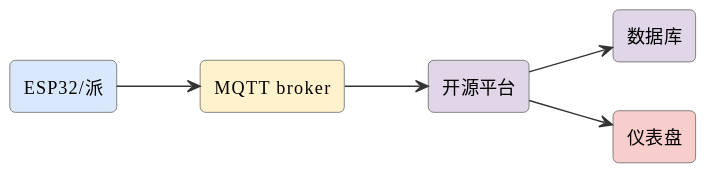
Before: assets/diagrams/ideas-fig115.svg, a diagram exported from PlantUML (mingyi0818/IntelligentMcuCourse).
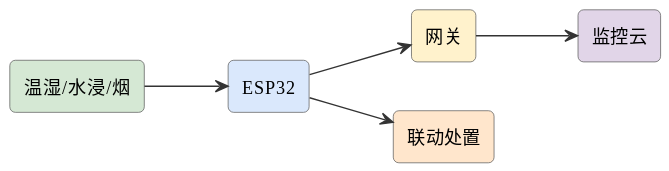
The same file after the commit.

Change to the diagram source:
```diff
@@ -6,13 +6,13 @@
 skinparam arrowFontSize 11
 skinparam arrowColor #333
 left to right direction
-rectangle "ESP32/派" as node #dae8fc
-rectangle "MQTT broker" as mqtt #fff2cc
-rectangle "开源平台" as plat #e1d5e8
-rectangle "数据库" as db #e1d5e8
-rectangle "仪表盘" as web #f8cecc
-node --> mqtt
-mqtt --> plat
-plat --> db
-plat --> web
+rectangle "温湿/水浸/烟" as s #d5e8d4
+rectangle "ESP32" as esp #dae8fc
+rectangle "网关" as gw #fff2cc
+rectangle "联动处置" as act #ffe6cc
+rectangle "监控云" as cloud #e1d5e8
+s --> esp
+esp --> gw
+esp --> act
+gw --> cloud
 @enduml
```
